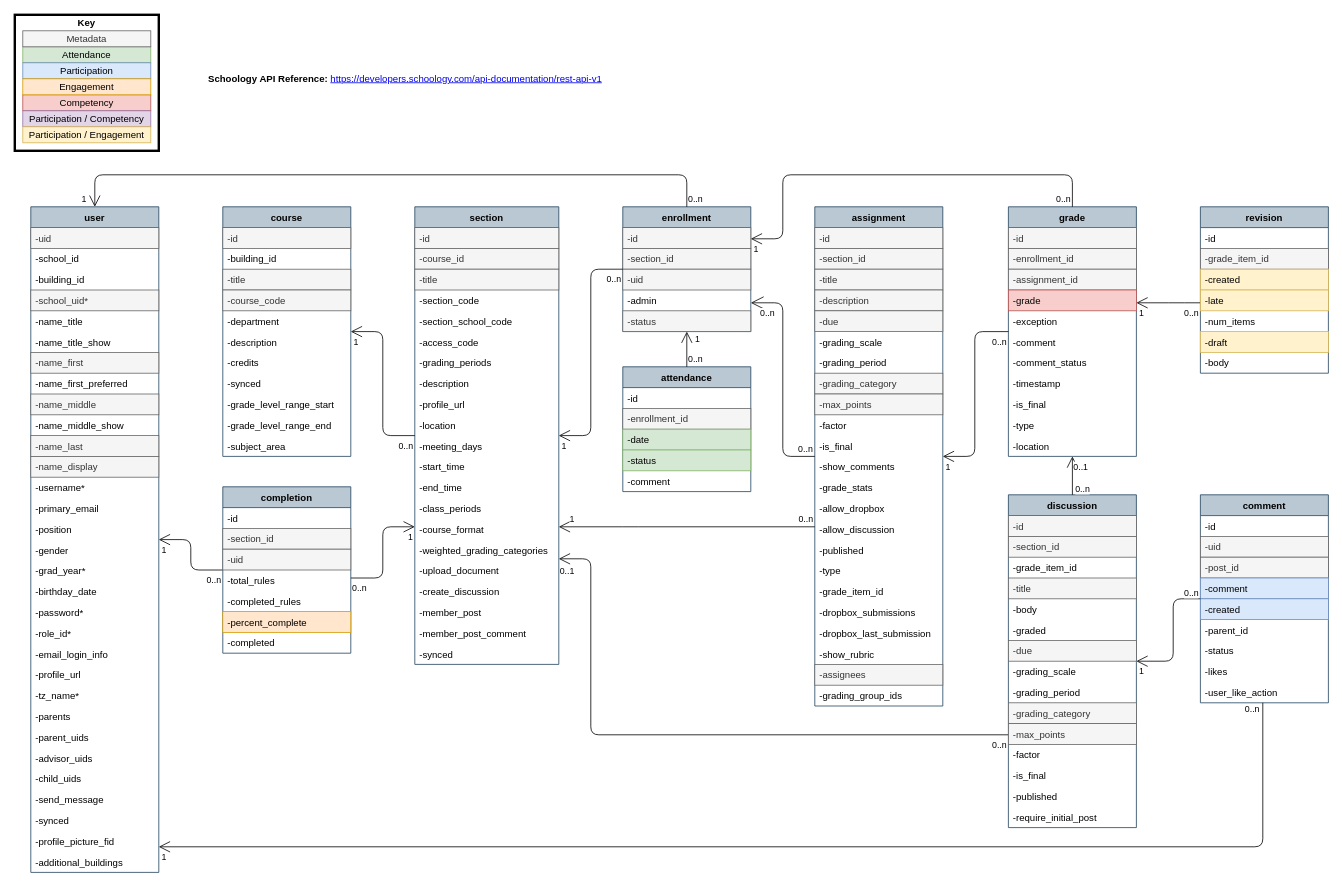
Above: page "Schoology API UML" (4 of 4) of uml diagrams/FIZZ-API-UML.drawio in Ed-Fi-Exchange-OSS/LMS-Toolkit (draw.io), before the change. Source tidied: cells renumbered, new cells numbered last; positions are measured from the earlier drawing's top-left corner, leaving out a move shared by most shapes. Both pictures are drawn from the tidied source at 80%, with x=0, y=0 at pixel (14, 14).
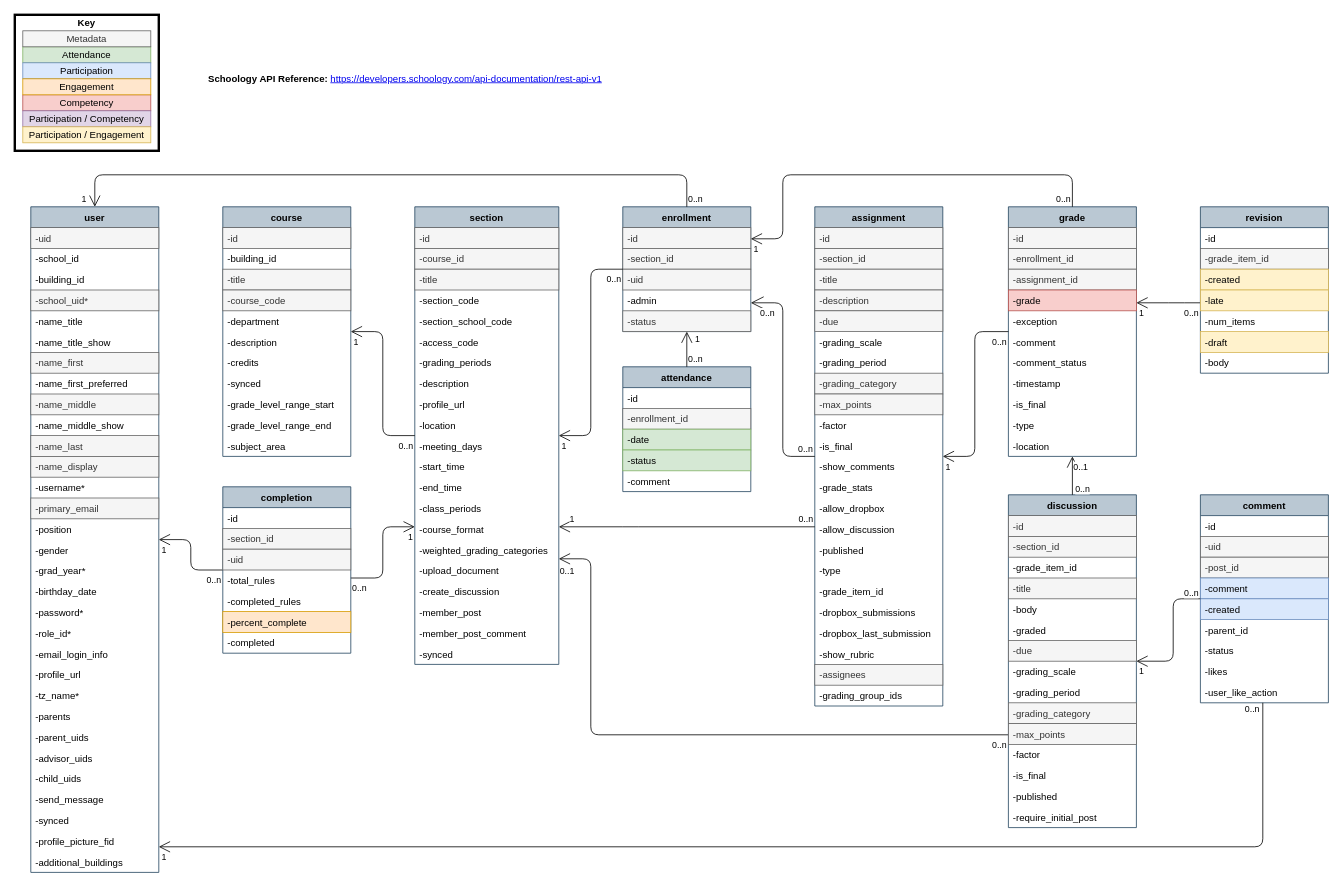
Above is the later version.

The change refers to these unchanged cells:
```xml
<mxCell id="11" value="user" style="swimlane;fontStyle=1;horizontal=1;startSize=26;fillColor=#bac8d3;strokeColor=#23445d;" parent="1" vertex="1">
  <mxGeometry x="20" y="240" width="160" height="832" as="geometry" />
</mxCell>
```

Diff of the diagram source:
```diff
@@
-    <mxCell id="25" value="-primary_email" style="text;strokeColor=none;fillColor=none;align=left;verticalAlign=top;spacingLeft=4;spacingRight=4;overflow=hidden;" parent="11" vertex="1">
+    <mxCell id="25" value="-primary_email" style="text;strokeColor=#666666;fillColor=#f5f5f5;align=left;verticalAlign=top;spacingLeft=4;spacingRight=4;overflow=hidden;fontColor=#333333;" parent="11" vertex="1">
       <mxGeometry y="364" width="160" height="26" as="geometry" />
     </mxCell>
```
